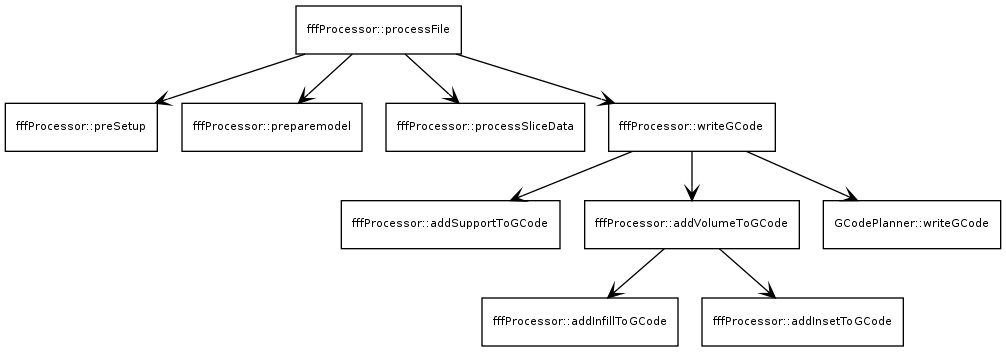
Before: doc/diagram/code_call_path.png, a diagram exported from Graphviz (rickyzhang82/CuraEngine). Its source is kept beside it as doc/diagram/code_call_path.dot.
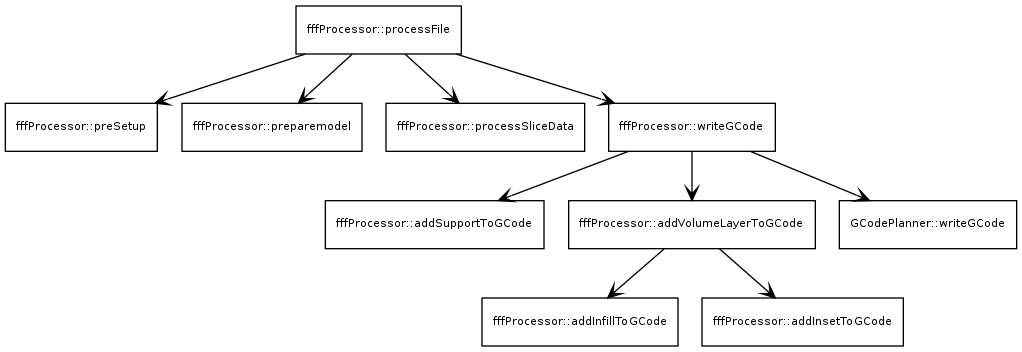
After the commit.

Commit message:
Fix a method name typo

Change to the diagram source:
```diff
@@ -21,7 +21,7 @@
 
 addSupportToGCode [label = "fffProcessor::addSupportToGCode"]
 
-addVolumeToGCode [label = "fffProcessor::addVolumeToGCode"]
+addVolumeLayerToGCode [label = "fffProcessor::addVolumeLayerToGCode"]
 
 GCodePlanner_writeGCode [label = "GCodePlanner::writeGCode"]
 
@@ -35,11 +35,11 @@
 processFile->writeGCode
 
 writeGCode->addSupportToGCode
-writeGCode->addVolumeToGCode
+writeGCode->addVolumeLayerToGCode
 writeGCode->GCodePlanner_writeGCode
 
-addVolumeToGCode->addInfillToGCode
-addVolumeToGCode->addInsetToGCode
+addVolumeLayerToGCode->addInfillToGCode
+addVolumeLayerToGCode->addInsetToGCode
 
 
 }
```
